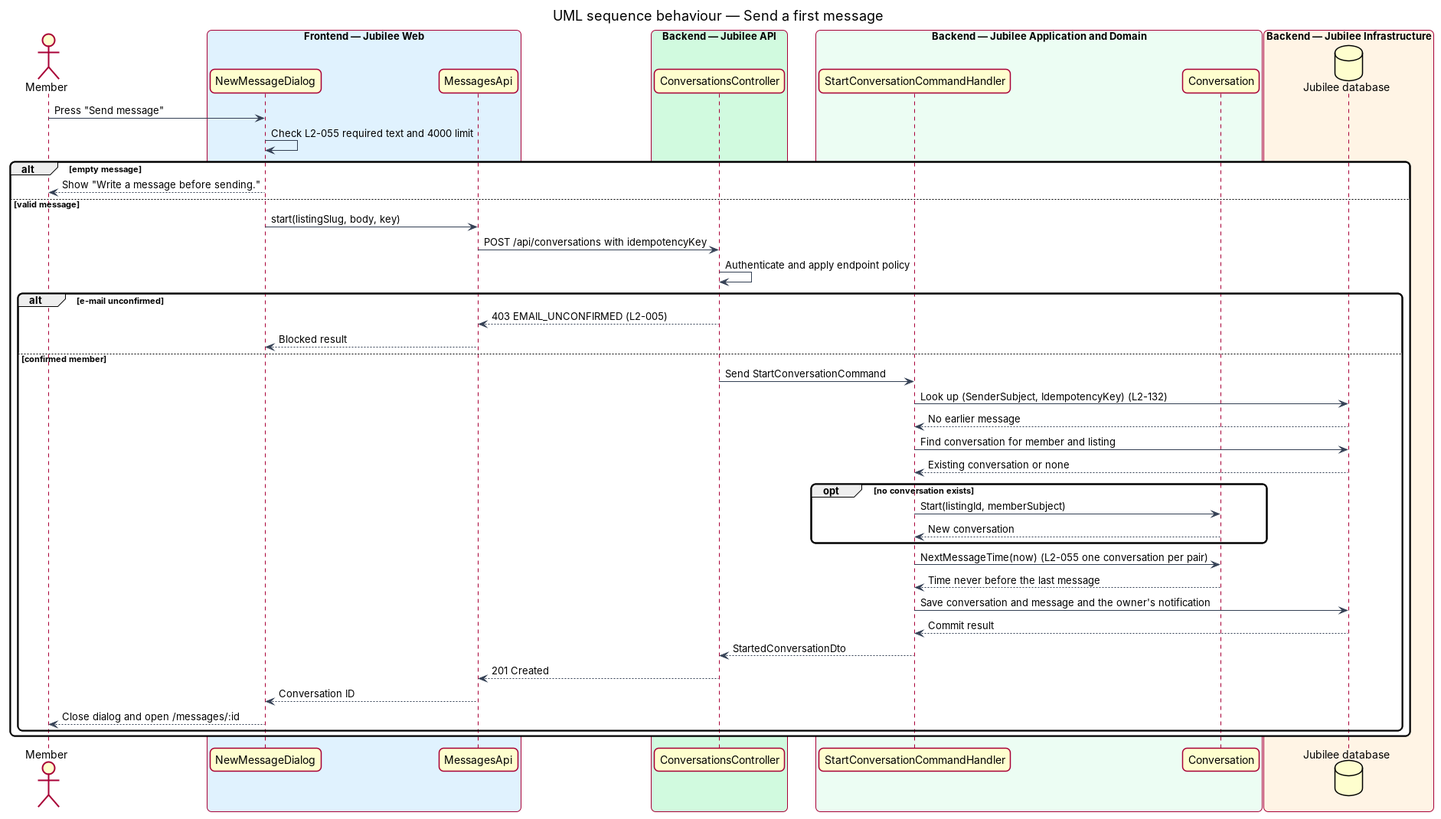
Earlier version of the PlantUML export docs/detailed-designs/messaging/start-conversation/diagrams/sequence-send-first-message.png (QuinntyneBrown/jubilee). Its source is kept beside it as docs/detailed-designs/messaging/start-conversation/diagrams/sequence-send-first-message.puml. The source it was exported from:
```plantuml
@startuml
title UML sequence behaviour — Send a first message
skinparam backgroundColor #FFFFFF
skinparam shadowing false
skinparam roundcorner 12
skinparam defaultFontName Arial
skinparam ArrowColor #344054
skinparam rectangle {
  BorderColor #344054
  FontColor #101828
}
skinparam package {
  BorderColor #667085
  FontColor #101828
  BackgroundColor #F9FAFB
}
actor "Member" as member
box "Frontend — Jubilee Web" #E0F2FE
  participant "NewMessageDialog" as dialog
  participant "MessagesApi" as client
end box
box "Backend — Jubilee API" #D1FADF
  participant "ConversationsController" as controller
end box
box "Backend — Jubilee Application and Domain" #ECFDF3
  participant "StartConversationCommandHandler" as handler
  participant "Conversation" as entity
end box
box "Backend — Jubilee Infrastructure" #FFF4E5
  database "Jubilee database" as db
end box
member -> dialog : Press "Send message"
dialog -> dialog : Check L2-055 required text and 4000 limit
alt empty message
  dialog --> member : Show "Write a message before sending."
else valid message
  dialog -> client : start(listingSlug, body, key)
  client -> controller : POST /api/conversations with idempotencyKey
  controller -> controller : Authenticate and apply endpoint policy
  alt e-mail unconfirmed
    controller --> client : 403 EMAIL_UNCONFIRMED (L2-005)
    client --> dialog : Blocked result
  else confirmed member
    controller -> handler : Send StartConversationCommand
    handler -> db : Look up (SenderSubject, IdempotencyKey) (L2-132)
    db --> handler : No earlier message
    handler -> db : Find conversation for member and listing
    db --> handler : Existing conversation or none
    opt no conversation exists
      handler -> entity : Start(listingId, memberSubject)
      entity --> handler : New conversation
    end
    handler -> entity : NextMessageTime(now) (L2-055 one conversation per pair)
    entity --> handler : Time never before the last message
    handler -> db : Save conversation and message and the owner's notification
    db --> handler : Commit result
    handler --> controller : StartedConversationDto
    controller --> client : 201 Created
    client --> dialog : Conversation ID
    dialog --> member : Close dialog and open /messages/:id
  end
end
@enduml
```
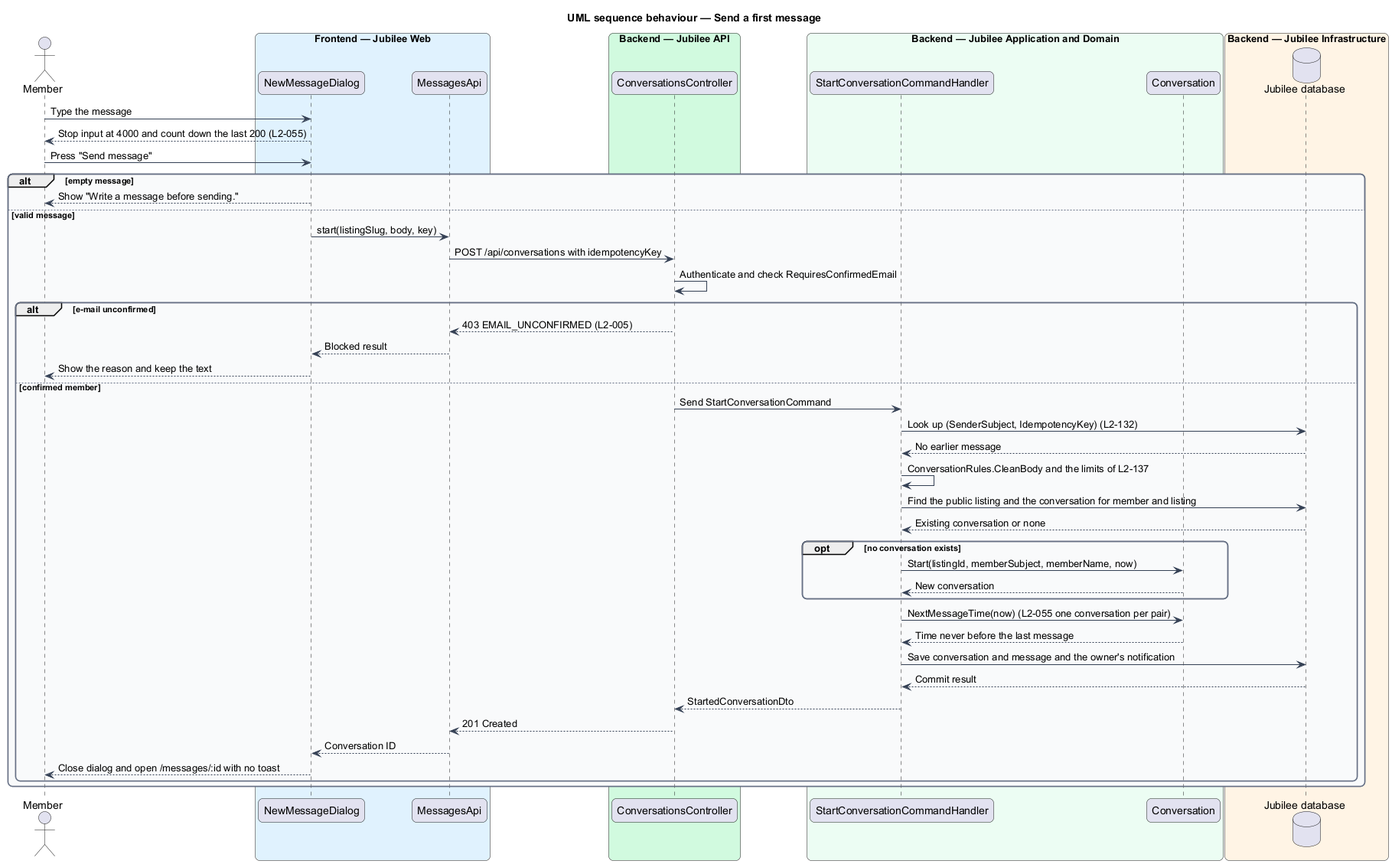
The same file after the commit.

The edit, as a diff of the source:
```diff
@@ -29,25 +29,28 @@
 box "Backend — Jubilee Infrastructure" #FFF4E5
   database "Jubilee database" as db
 end box
+member -> dialog : Type the message
+dialog --> member : Stop input at 4000 and count down the last 200 (L2-055)
 member -> dialog : Press "Send message"
-dialog -> dialog : Check L2-055 required text and 4000 limit
 alt empty message
   dialog --> member : Show "Write a message before sending."
 else valid message
   dialog -> client : start(listingSlug, body, key)
   client -> controller : POST /api/conversations with idempotencyKey
-  controller -> controller : Authenticate and apply endpoint policy
+  controller -> controller : Authenticate and check RequiresConfirmedEmail
   alt e-mail unconfirmed
     controller --> client : 403 EMAIL_UNCONFIRMED (L2-005)
     client --> dialog : Blocked result
+    dialog --> member : Show the reason and keep the text
   else confirmed member
     controller -> handler : Send StartConversationCommand
     handler -> db : Look up (SenderSubject, IdempotencyKey) (L2-132)
     db --> handler : No earlier message
-    handler -> db : Find conversation for member and listing
+    handler -> handler : ConversationRules.CleanBody and the limits of L2-137
+    handler -> db : Find the public listing and the conversation for member and listing
     db --> handler : Existing conversation or none
     opt no conversation exists
-      handler -> entity : Start(listingId, memberSubject)
+      handler -> entity : Start(listingId, memberSubject, memberName, now)
       entity --> handler : New conversation
     end
     handler -> entity : NextMessageTime(now) (L2-055 one conversation per pair)
@@ -57,7 +60,7 @@
     handler --> controller : StartedConversationDto
     controller --> client : 201 Created
     client --> dialog : Conversation ID
-    dialog --> member : Close dialog and open /messages/:id
+    dialog --> member : Close dialog and open /messages/:id with no toast
   end
 end
 @enduml
```
